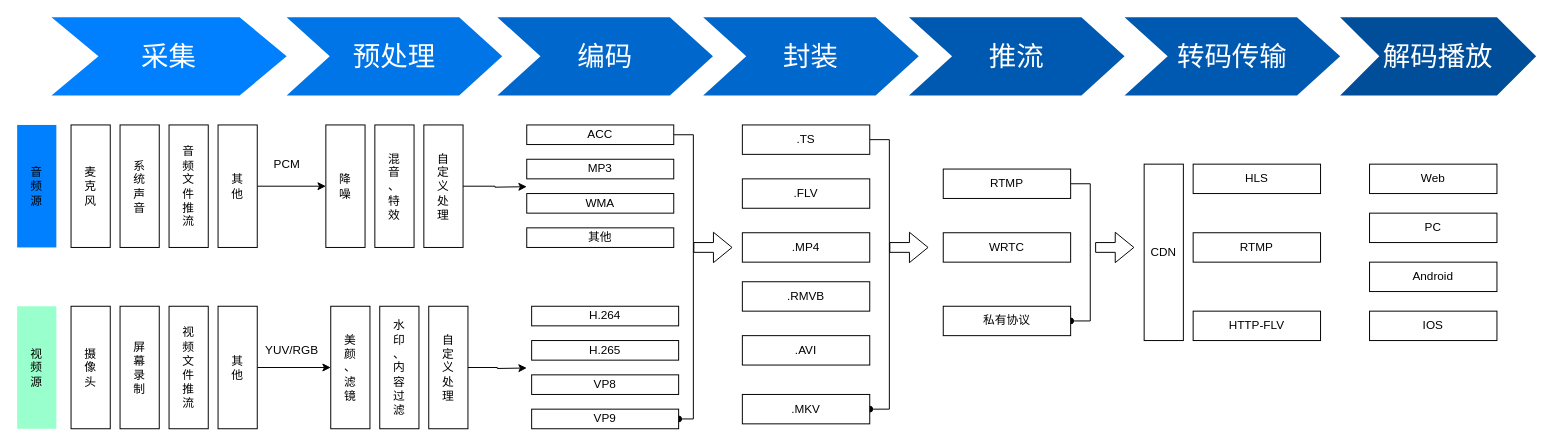
The draw.io diagram 问题随录/Untitled Diagram.drawio in candyman0753/web-runner, before the edit. Source tidied: cells renumbered, new cells numbered last; positions are measured from the earlier drawing's top-left corner, leaving out a move shared by most shapes. Both pictures are drawn from the tidied source at 98%, with x=0, y=0 at pixel (17, 17).
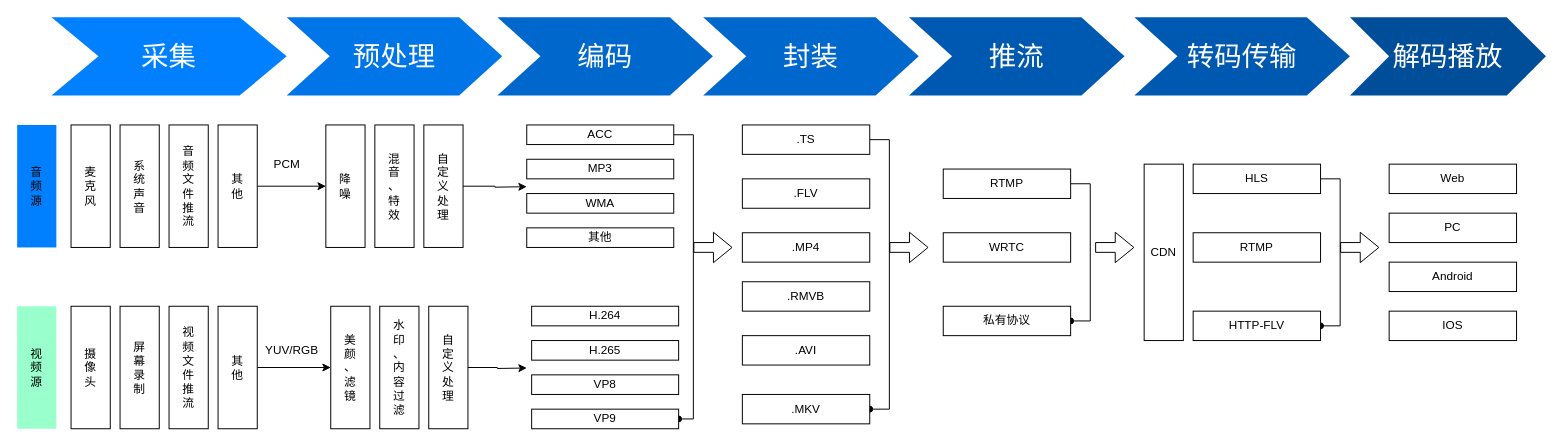
After the change.

Commit message (it also covers changes not shown here):
live-step

The change refers to these unchanged cells:
```xml
<mxCell id="55" value="HLS" style="rounded=0;whiteSpace=wrap;html=1;strokeColor=#000000;fillColor=#ffffff;fontColor=#000000;" parent="1" vertex="1">
  <mxGeometry x="1200" y="150" width="130" height="30" as="geometry" />
</mxCell>
<mxCell id="57" value="HTTP-FLV" style="rounded=0;whiteSpace=wrap;html=1;strokeColor=#000000;fillColor=#ffffff;fontColor=#000000;" parent="1" vertex="1">
  <mxGeometry x="1200" y="300" width="130" height="30" as="geometry" />
</mxCell>
```

The edit, as a diff of the source:
```diff
@@
     <mxCell id="6" value="解码播放" style="shape=step;whiteSpace=wrap;html=1;fontSize=28;fillColor=#004D99;fontColor=#FFFFFF;strokeColor=none;" parent="1" vertex="1">
-      <mxGeometry x="1350" width="200" height="80" as="geometry" />
+      <mxGeometry x="1360" width="200" height="80" as="geometry" />
     </mxCell>
@@
     <mxCell id="52" value="转码传输" style="shape=step;whiteSpace=wrap;html=1;fontSize=28;fillColor=#0059B0;fontColor=#FFFFFF;strokeColor=none;" parent="1" vertex="1">
-      <mxGeometry x="1130" width="220" height="80" as="geometry" />
+      <mxGeometry x="1140" width="220" height="80" as="geometry" />
     </mxCell>
@@
+    <mxCell id="62" style="edgeStyle=orthogonalEdgeStyle;rounded=0;jettySize=auto;html=1;exitX=1;exitY=0.5;exitDx=0;exitDy=0;entryX=1;entryY=0.5;entryDx=0;entryDy=0;endArrow=oval;endFill=1;fontColor=#000000;" parent="1" edge="1" source="55" target="57">
+      <mxGeometry relative="1" as="geometry" />
+    </mxCell>
@@
     <mxCell id="58" value="IOS" style="rounded=0;whiteSpace=wrap;html=1;strokeColor=#000000;fillColor=#ffffff;fontColor=#000000;" parent="1" vertex="1">
-      <mxGeometry x="1380" y="300" width="130" height="30" as="geometry" />
+      <mxGeometry x="1400" y="300" width="130" height="30" as="geometry" />
     </mxCell>
     <mxCell id="59" value="Android" style="rounded=0;whiteSpace=wrap;html=1;strokeColor=#000000;fillColor=#ffffff;fontColor=#000000;" parent="1" vertex="1">
-      <mxGeometry x="1380" y="250" width="130" height="30" as="geometry" />
+      <mxGeometry x="1400" y="250" width="130" height="30" as="geometry" />
     </mxCell>
     <mxCell id="60" value="Web" style="rounded=0;whiteSpace=wrap;html=1;strokeColor=#000000;fillColor=#ffffff;fontColor=#000000;" parent="1" vertex="1">
-      <mxGeometry x="1380" y="150" width="130" height="30" as="geometry" />
+      <mxGeometry x="1400" y="150" width="130" height="30" as="geometry" />
     </mxCell>
     <mxCell id="61" value="PC" style="rounded=0;whiteSpace=wrap;html=1;strokeColor=#000000;fillColor=#ffffff;fontColor=#000000;" parent="1" vertex="1">
-      <mxGeometry x="1380" y="200" width="130" height="30" as="geometry" />
+      <mxGeometry x="1400" y="200" width="130" height="30" as="geometry" />
     </mxCell>
+    <mxCell id="63" style="shape=flexArrow;endArrow=classic;html=1;fontColor=#000000;" parent="1" edge="1">
+      <mxGeometry relative="1" as="geometry">
+        <mxPoint x="1350" y="235" as="sourcePoint" />
+        <mxPoint x="1390" y="235" as="targetPoint" />
+      </mxGeometry>
+    </mxCell>
```
